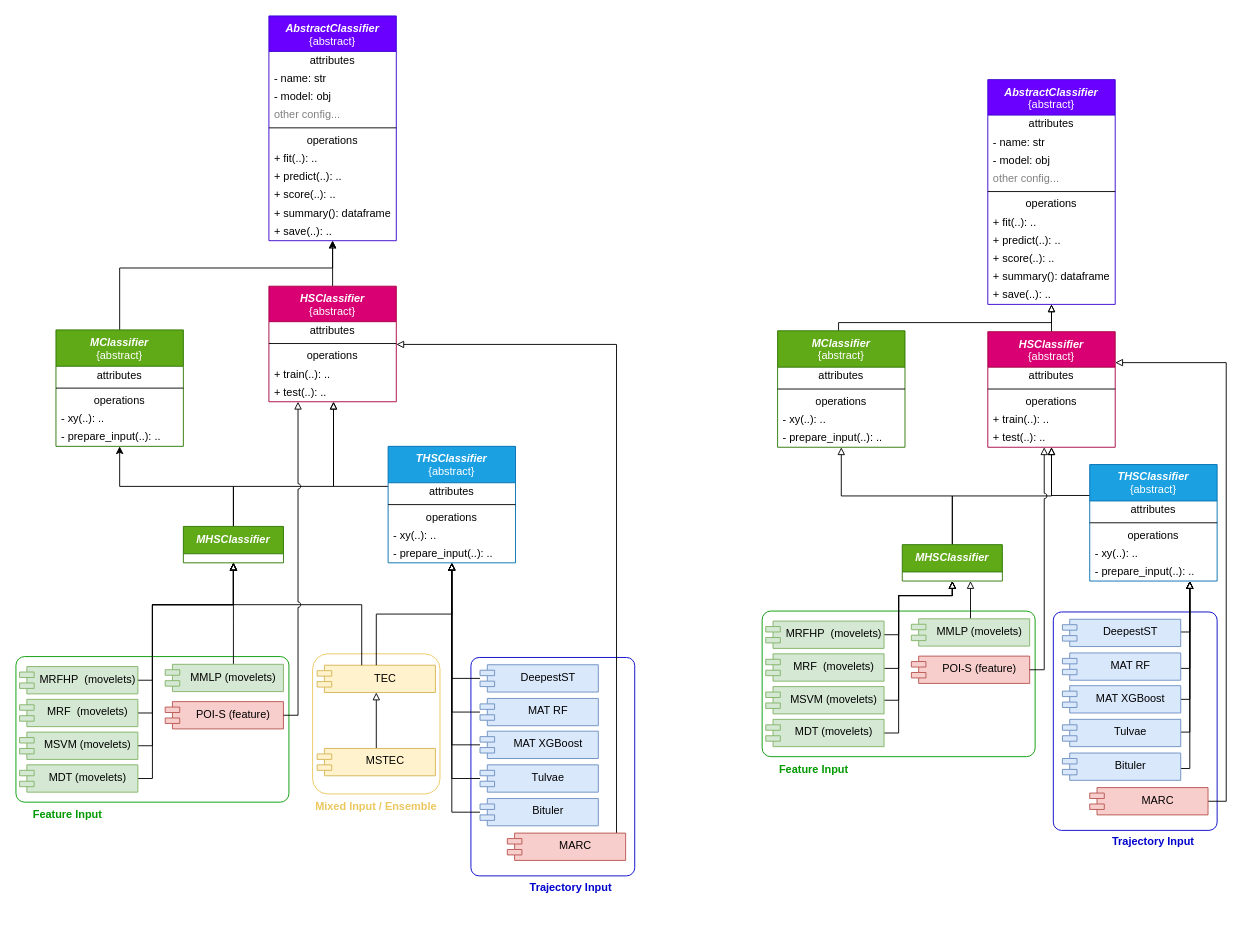
Before: mat-classification.drawio in mat-analysis/mat-classification, a draw.io diagram. Source tidied: cells renumbered, new cells numbered last; positions are measured from the earlier drawing's top-left corner, leaving out a move shared by most shapes. Both pictures are drawn from the tidied source at 91%, with x=0, y=0 at pixel (15, 15).
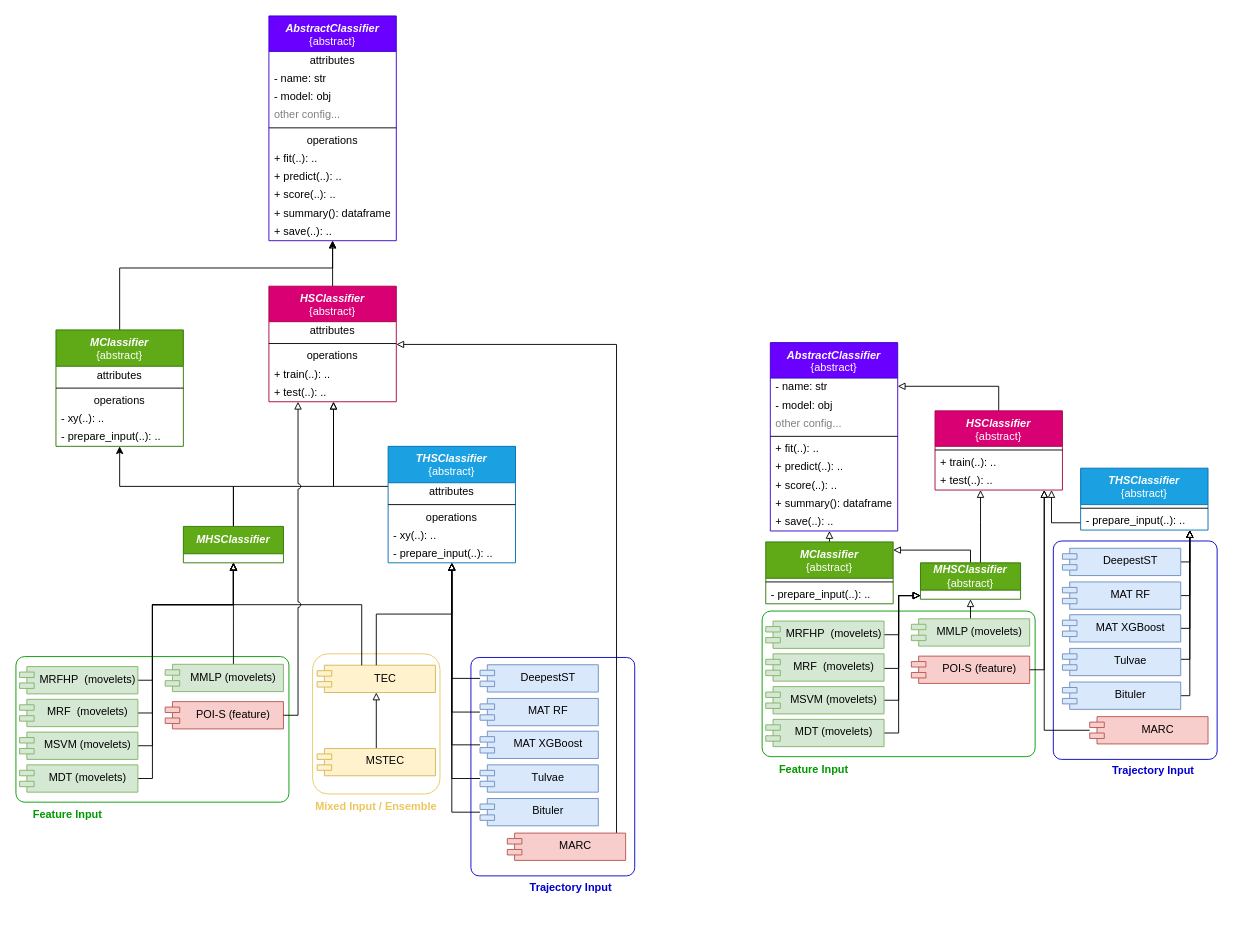
After the change.

The edit, as a diff of the source:
```diff
@@
     <mxCell id="70" value="&lt;h4&gt;Trajectory Input&lt;/h4&gt;" style="rounded=1;whiteSpace=wrap;html=1;fillColor=none;verticalAlign=top;labelPosition=right;verticalLabelPosition=bottom;align=left;spacing=-15;spacingTop=0;spacingLeft=-100;spacingRight=0;fontColor=#0000CC;labelBorderColor=none;strokeColor=#0000CC;arcSize=5;" parent="1" vertex="1">
-      <mxGeometry x="1140" y="655" width="180" height="240" as="geometry" />
+      <mxGeometry x="1140" y="577" width="180" height="240" as="geometry" />
     </mxCell>
@@
     <mxCell id="75" style="edgeStyle=orthogonalEdgeStyle;rounded=0;jettySize=auto;html=1;endArrow=block;endFill=0;" parent="1" edge="1" source="76" target="113">
       <mxGeometry relative="1" as="geometry">
         <Array as="points">
-          <mxPoint x="1330" y="863" />
-          <mxPoint x="1330" y="381" />
+          <mxPoint x="1130" y="785" />
         </Array>
       </mxGeometry>
     </mxCell>
     <mxCell id="76" value="MARC" style="shape=module;align=left;spacingLeft=20;align=center;verticalAlign=top;whiteSpace=wrap;html=1;jettyWidth=16;jettyHeight=6;fillColor=#f8cecc;strokeColor=#b85450;" parent="1" vertex="1">
-      <mxGeometry x="1180" y="848" width="130" height="30" as="geometry" />
+      <mxGeometry x="1180" y="770" width="130" height="30" as="geometry" />
     </mxCell>
@@
     <mxCell id="82" style="edgeStyle=orthogonalEdgeStyle;rounded=0;jettySize=auto;html=1;endArrow=block;endFill=0;" parent="1" edge="1" source="83" target="119">
       <mxGeometry relative="1" as="geometry">
         <Array as="points">
-          <mxPoint x="1290" y="677" />
+          <mxPoint x="1290" y="600" />
         </Array>
       </mxGeometry>
     </mxCell>
     <mxCell id="83" value="DeepestST" style="shape=module;align=left;spacingLeft=20;align=center;verticalAlign=top;whiteSpace=wrap;html=1;jettyWidth=16;jettyHeight=6;fillColor=#dae8fc;strokeColor=#6c8ebf;" parent="1" vertex="1">
-      <mxGeometry x="1150" y="663" width="130" height="30" as="geometry" />
+      <mxGeometry x="1150" y="585" width="130" height="30" as="geometry" />
     </mxCell>
     <mxCell id="84" style="edgeStyle=orthogonalEdgeStyle;rounded=0;jettySize=auto;html=1;endArrow=block;endFill=0;" parent="1" edge="1" source="85" target="119">
       <mxGeometry relative="1" as="geometry">
         <Array as="points">
-          <mxPoint x="1290" y="717" />
+          <mxPoint x="1290" y="637" />
         </Array>
       </mxGeometry>
     </mxCell>
     <mxCell id="85" value="MAT RF" style="shape=module;align=left;spacingLeft=20;align=center;verticalAlign=top;whiteSpace=wrap;html=1;jettyWidth=16;jettyHeight=6;fillColor=#dae8fc;strokeColor=#6c8ebf;" parent="1" vertex="1">
-      <mxGeometry x="1150" y="700" width="130" height="30" as="geometry" />
+      <mxGeometry x="1150" y="622" width="130" height="30" as="geometry" />
     </mxCell>
     <mxCell id="86" style="edgeStyle=orthogonalEdgeStyle;rounded=0;jettySize=auto;html=1;endArrow=block;endFill=0;" parent="1" edge="1" source="87" target="119">
       <mxGeometry relative="1" as="geometry">
         <Array as="points">
-          <mxPoint x="1290" y="751" />
+          <mxPoint x="1290" y="673" />
         </Array>
       </mxGeometry>
     </mxCell>
     <mxCell id="87" value="MAT XGBoost" style="shape=module;align=left;spacingLeft=20;align=center;verticalAlign=top;whiteSpace=wrap;html=1;jettyWidth=16;jettyHeight=6;fillColor=#dae8fc;strokeColor=#6c8ebf;" parent="1" vertex="1">
-      <mxGeometry x="1150" y="736" width="130" height="30" as="geometry" />
+      <mxGeometry x="1150" y="658" width="130" height="30" as="geometry" />
     </mxCell>
     <mxCell id="88" style="edgeStyle=orthogonalEdgeStyle;rounded=0;jettySize=auto;html=1;endArrow=block;endFill=0;" parent="1" edge="1" source="89" target="119">
       <mxGeometry relative="1" as="geometry">
         <Array as="points">
-          <mxPoint x="1290" y="787" />
+          <mxPoint x="1290" y="707" />
         </Array>
       </mxGeometry>
     </mxCell>
     <mxCell id="89" value="Tulvae" style="shape=module;align=left;spacingLeft=20;align=center;verticalAlign=top;whiteSpace=wrap;html=1;jettyWidth=16;jettyHeight=6;fillColor=#dae8fc;strokeColor=#6c8ebf;" parent="1" vertex="1">
-      <mxGeometry x="1150" y="773" width="130" height="30" as="geometry" />
+      <mxGeometry x="1150" y="695" width="130" height="30" as="geometry" />
     </mxCell>
     <mxCell id="90" style="edgeStyle=orthogonalEdgeStyle;rounded=0;jettySize=auto;html=1;endArrow=block;endFill=0;" parent="1" edge="1" source="91" target="119">
       <mxGeometry relative="1" as="geometry">
         <Array as="points">
-          <mxPoint x="1290" y="827" />
+          <mxPoint x="1290" y="747" />
         </Array>
       </mxGeometry>
     </mxCell>
     <mxCell id="91" value="Bituler" style="shape=module;align=left;spacingLeft=20;align=center;verticalAlign=top;whiteSpace=wrap;html=1;jettyWidth=16;jettyHeight=6;fillColor=#dae8fc;strokeColor=#6c8ebf;" parent="1" vertex="1">
-      <mxGeometry x="1150" y="810" width="130" height="30" as="geometry" />
+      <mxGeometry x="1150" y="732" width="130" height="30" as="geometry" />
     </mxCell>
     <mxCell id="92" style="edgeStyle=orthogonalEdgeStyle;rounded=0;jettySize=auto;html=1;endArrow=block;endFill=0;strokeColor=default;align=center;verticalAlign=middle;fontFamily=Helvetica;fontSize=11;fontColor=default;labelBackgroundColor=default;" parent="1" edge="1" source="113" target="101">
-      <mxGeometry relative="1" as="geometry" />
+      <mxGeometry relative="1" as="geometry">
+        <Array as="points">
+          <mxPoint x="1080" y="407" />
+        </Array>
+      </mxGeometry>
     </mxCell>
     <mxCell id="93" style="edgeStyle=orthogonalEdgeStyle;rounded=0;jettySize=auto;html=1;endArrow=block;endFill=0;" parent="1" edge="1" source="95" target="113">
-      <mxGeometry relative="1" as="geometry" />
+      <mxGeometry relative="1" as="geometry">
+        <Array as="points">
+          <mxPoint x="1060" y="557" />
+          <mxPoint x="1060" y="557" />
+        </Array>
+      </mxGeometry>
     </mxCell>
     <mxCell id="94" style="edgeStyle=orthogonalEdgeStyle;rounded=0;jettySize=auto;html=1;strokeColor=default;align=center;verticalAlign=middle;fontFamily=Helvetica;fontSize=11;fontColor=default;labelBackgroundColor=default;endArrow=block;endFill=0;" parent="1" edge="1" source="95" target="126">
-      <mxGeometry relative="1" as="geometry" />
+      <mxGeometry relative="1" as="geometry">
+        <Array as="points">
+          <mxPoint x="1049" y="587" />
+        </Array>
+      </mxGeometry>
     </mxCell>
-    <mxCell id="95" value="MHSClassifier" style="swimlane;fontStyle=3;horizontal=1;startSize=30;whiteSpace=wrap;html=1;fillColor=#60a917;fontColor=#ffffff;strokeColor=#2D7600;" parent="1" vertex="1">
-      <mxGeometry x="974" y="581" width="110" height="40" as="geometry" />
+    <mxCell id="95" value="MHSClassifier&lt;br&gt;&lt;span style=&quot;font-style: normal; font-weight: 400;&quot;&gt;{abstract}&lt;/span&gt;" style="swimlane;fontStyle=3;horizontal=1;startSize=30;whiteSpace=wrap;html=1;fillColor=#60a917;fontColor=#ffffff;strokeColor=#2D7600;" parent="1" vertex="1">
+      <mxGeometry x="994" y="601" width="110" height="40" as="geometry" />
     </mxCell>
     <mxCell id="96" style="edgeStyle=orthogonalEdgeStyle;rounded=0;jettySize=auto;html=1;endArrow=block;endFill=0;" parent="1" edge="1" source="119" target="113">
       <mxGeometry relative="1" as="geometry">
         <Array as="points">
-          <mxPoint x="1138" y="527" />
+          <mxPoint x="1138" y="557" />
         </Array>
       </mxGeometry>
     </mxCell>
@@
     <mxCell id="101" value="&lt;span style=&quot;font-style: italic; font-weight: 700;&quot;&gt;AbstractClassifier&lt;/span&gt;&lt;br&gt;{abstract}" style="swimlane;fontStyle=0;align=center;verticalAlign=top;horizontal=1;startSize=39;html=1;whiteSpace=wrap;fillColor=#6a00ff;fontColor=#ffffff;strokeColor=#3700CC;" parent="1" vertex="1">
-      <mxGeometry x="1068" y="70" width="140" height="247" as="geometry" />
+      <mxGeometry x="829" y="359" width="140" height="207" as="geometry" />
     </mxCell>
-    <mxCell id="102" value="attributes" style="text;html=1;strokeColor=none;fillColor=none;align=center;verticalAlign=middle;spacingLeft=4;spacingRight=4;overflow=hidden;whiteSpace=wrap;" parent="101" vertex="1">
-      <mxGeometry y="39" width="140" height="20" as="geometry" />
-    </mxCell>
     <mxCell id="103" value="- name: str" style="text;html=1;strokeColor=none;fillColor=none;align=left;verticalAlign=middle;spacingLeft=4;spacingRight=4;overflow=hidden;whiteSpace=wrap;" parent="101" vertex="1">
-      <mxGeometry y="59" width="140" height="20" as="geometry" />
+      <mxGeometry y="39" width="140" height="20" as="geometry" />
     </mxCell>
     <mxCell id="104" value="- model: obj" style="text;html=1;strokeColor=none;fillColor=none;align=left;verticalAlign=middle;spacingLeft=4;spacingRight=4;overflow=hidden;whiteSpace=wrap;" parent="101" vertex="1">
-      <mxGeometry y="79" width="140" height="20" as="geometry" />
+      <mxGeometry y="59" width="140" height="20" as="geometry" />
     </mxCell>
     <mxCell id="105" value="other config..." style="text;html=1;strokeColor=none;fillColor=none;align=left;verticalAlign=middle;spacingLeft=4;spacingRight=4;overflow=hidden;fontColor=#808080;whiteSpace=wrap;" parent="101" vertex="1">
-      <mxGeometry y="99" width="140" height="20" as="geometry" />
+      <mxGeometry y="79" width="140" height="20" as="geometry" />
     </mxCell>
     <mxCell id="106" style="line;strokeWidth=1;fillColor=none;align=left;verticalAlign=middle;spacingTop=-1;spacingLeft=3;spacingRight=3;labelPosition=right;" parent="101" vertex="1">
-      <mxGeometry y="119" width="140" height="8" as="geometry" />
+      <mxGeometry y="99" width="140" height="8" as="geometry" />
     </mxCell>
-    <mxCell id="107" value="operations" style="text;html=1;strokeColor=none;fillColor=none;align=center;verticalAlign=middle;spacingLeft=4;spacingRight=4;overflow=hidden;whiteSpace=wrap;" parent="101" vertex="1">
-      <mxGeometry y="127" width="140" height="20" as="geometry" />
-    </mxCell>
     <mxCell id="108" value="+ fit(..): .." style="text;html=1;strokeColor=none;fillColor=none;align=left;verticalAlign=middle;spacingLeft=4;spacingRight=4;overflow=hidden;whiteSpace=wrap;" parent="101" vertex="1">
-      <mxGeometry y="147" width="140" height="20" as="geometry" />
+      <mxGeometry y="107" width="140" height="20" as="geometry" />
     </mxCell>
     <mxCell id="109" value="+ predict(..): .." style="text;html=1;strokeColor=none;fillColor=none;align=left;verticalAlign=middle;spacingLeft=4;spacingRight=4;overflow=hidden;whiteSpace=wrap;" parent="101" vertex="1">
-      <mxGeometry y="167" width="140" height="20" as="geometry" />
+      <mxGeometry y="127" width="140" height="20" as="geometry" />
     </mxCell>
     <mxCell id="110" value="+ score(..): .." style="text;html=1;strokeColor=none;fillColor=none;align=left;verticalAlign=middle;spacingLeft=4;spacingRight=4;overflow=hidden;whiteSpace=wrap;" parent="101" vertex="1">
-      <mxGeometry y="187" width="140" height="20" as="geometry" />
+      <mxGeometry y="147" width="140" height="20" as="geometry" />
     </mxCell>
     <mxCell id="111" value="+ summary(): dataframe" style="text;html=1;strokeColor=none;fillColor=none;align=left;verticalAlign=middle;spacingLeft=4;spacingRight=4;overflow=hidden;whiteSpace=wrap;" parent="101" vertex="1">
-      <mxGeometry y="207" width="140" height="20" as="geometry" />
+      <mxGeometry y="167" width="140" height="20" as="geometry" />
     </mxCell>
     <mxCell id="112" value="+ save(..): .." style="text;html=1;strokeColor=none;fillColor=none;align=left;verticalAlign=middle;spacingLeft=4;spacingRight=4;overflow=hidden;whiteSpace=wrap;" parent="101" vertex="1">
-      <mxGeometry y="227" width="140" height="20" as="geometry" />
+      <mxGeometry y="187" width="140" height="20" as="geometry" />
     </mxCell>
     <mxCell id="113" value="&lt;b&gt;&lt;i&gt;HSClassifier&lt;/i&gt;&lt;/b&gt;&lt;br&gt;{abstract}" style="swimlane;fontStyle=0;align=center;verticalAlign=top;horizontal=1;startSize=39;html=1;whiteSpace=wrap;fillColor=#d80073;fontColor=#ffffff;strokeColor=#A50040;" parent="1" vertex="1">
-      <mxGeometry x="1068" y="347" width="140" height="127" as="geometry" />
+      <mxGeometry x="1010" y="434" width="140" height="87" as="geometry" />
     </mxCell>
-    <mxCell id="114" value="attributes" style="text;html=1;strokeColor=none;fillColor=none;align=center;verticalAlign=middle;spacingLeft=4;spacingRight=4;overflow=hidden;whiteSpace=wrap;" parent="113" vertex="1">
-      <mxGeometry y="39" width="140" height="20" as="geometry" />
-    </mxCell>
     <mxCell id="115" style="line;strokeWidth=1;fillColor=none;align=left;verticalAlign=middle;spacingTop=-1;spacingLeft=3;spacingRight=3;labelPosition=right;" parent="113" vertex="1">
-      <mxGeometry y="59" width="140" height="8" as="geometry" />
+      <mxGeometry y="39" width="140" height="8" as="geometry" />
     </mxCell>
-    <mxCell id="116" value="operations" style="text;html=1;strokeColor=none;fillColor=none;align=center;verticalAlign=middle;spacingLeft=4;spacingRight=4;overflow=hidden;whiteSpace=wrap;" parent="113" vertex="1">
-      <mxGeometry y="67" width="140" height="20" as="geometry" />
-    </mxCell>
     <mxCell id="117" value="+ train(..): .." style="text;html=1;strokeColor=none;fillColor=none;align=left;verticalAlign=middle;spacingLeft=4;spacingRight=4;overflow=hidden;whiteSpace=wrap;" parent="113" vertex="1">
-      <mxGeometry y="87" width="140" height="20" as="geometry" />
+      <mxGeometry y="47" width="140" height="20" as="geometry" />
     </mxCell>
     <mxCell id="118" value="+ test(..): .." style="text;html=1;strokeColor=none;fillColor=none;align=left;verticalAlign=middle;spacingLeft=4;spacingRight=4;overflow=hidden;whiteSpace=wrap;" parent="113" vertex="1">
-      <mxGeometry y="107" width="140" height="20" as="geometry" />
+      <mxGeometry y="67" width="140" height="20" as="geometry" />
     </mxCell>
     <mxCell id="119" value="&lt;b&gt;&lt;i&gt;THSClassifier&lt;/i&gt;&lt;/b&gt;&lt;br&gt;{abstract}" style="swimlane;fontStyle=0;align=center;verticalAlign=top;horizontal=1;startSize=40;html=1;whiteSpace=wrap;fillColor=#1ba1e2;fontColor=#ffffff;strokeColor=#006EAF;" parent="1" vertex="1">
-      <mxGeometry x="1180" y="493" width="140" height="128" as="geometry" />
+      <mxGeometry x="1170" y="497" width="140" height="68" as="geometry" />
     </mxCell>
-    <mxCell id="120" value="attributes" style="text;html=1;strokeColor=none;fillColor=none;align=center;verticalAlign=middle;spacingLeft=4;spacingRight=4;overflow=hidden;whiteSpace=wrap;" parent="119" vertex="1">
-      <mxGeometry y="40" width="140" height="20" as="geometry" />
-    </mxCell>
     <mxCell id="121" style="line;strokeWidth=1;fillColor=none;align=left;verticalAlign=middle;spacingTop=-1;spacingLeft=3;spacingRight=3;labelPosition=right;" parent="119" vertex="1">
-      <mxGeometry y="60" width="140" height="8" as="geometry" />
+      <mxGeometry y="40" width="140" height="8" as="geometry" />
     </mxCell>
-    <mxCell id="122" value="operations" style="text;html=1;strokeColor=none;fillColor=none;align=center;verticalAlign=middle;spacingLeft=4;spacingRight=4;overflow=hidden;whiteSpace=wrap;" parent="119" vertex="1">
-      <mxGeometry y="68" width="140" height="20" as="geometry" />
-    </mxCell>
-    <mxCell id="123" value="- xy(..): .." style="text;html=1;strokeColor=none;fillColor=none;align=left;verticalAlign=middle;spacingLeft=4;spacingRight=4;overflow=hidden;whiteSpace=wrap;" parent="119" vertex="1">
-      <mxGeometry y="88" width="140" height="20" as="geometry" />
-    </mxCell>
     <mxCell id="124" value="- prepare_input(..): .." style="text;html=1;strokeColor=none;fillColor=none;align=left;verticalAlign=middle;spacingLeft=4;spacingRight=4;overflow=hidden;whiteSpace=wrap;" parent="119" vertex="1">
-      <mxGeometry y="108" width="140" height="20" as="geometry" />
+      <mxGeometry y="48" width="140" height="20" as="geometry" />
     </mxCell>
     <mxCell id="125" style="edgeStyle=orthogonalEdgeStyle;rounded=0;jettySize=auto;html=1;strokeColor=default;align=center;verticalAlign=middle;fontFamily=Helvetica;fontSize=11;fontColor=default;labelBackgroundColor=default;endArrow=block;endFill=0;" parent="1" edge="1" source="126" target="101">
       <mxGeometry relative="1" as="geometry">
         <Array as="points">
-          <mxPoint x="904" y="337" />
-          <mxPoint x="1138" y="337" />
+          <mxPoint x="884" y="427" />
+          <mxPoint x="884" y="427" />
         </Array>
       </mxGeometry>
     </mxCell>
     <mxCell id="126" value="&lt;b&gt;&lt;i&gt;MClassifier&lt;/i&gt;&lt;/b&gt;&lt;br&gt;{abstract}" style="swimlane;fontStyle=0;align=center;verticalAlign=top;horizontal=1;startSize=40;html=1;whiteSpace=wrap;fillColor=#60a917;fontColor=#ffffff;strokeColor=#2D7600;" parent="1" vertex="1">
-      <mxGeometry x="837" y="346" width="140" height="128" as="geometry" />
+      <mxGeometry x="824" y="578" width="140" height="68" as="geometry" />
     </mxCell>
-    <mxCell id="127" value="attributes" style="text;html=1;strokeColor=none;fillColor=none;align=center;verticalAlign=middle;spacingLeft=4;spacingRight=4;overflow=hidden;whiteSpace=wrap;" parent="126" vertex="1">
-      <mxGeometry y="40" width="140" height="20" as="geometry" />
-    </mxCell>
     <mxCell id="128" style="line;strokeWidth=1;fillColor=none;align=left;verticalAlign=middle;spacingTop=-1;spacingLeft=3;spacingRight=3;labelPosition=right;" parent="126" vertex="1">
-      <mxGeometry y="60" width="140" height="8" as="geometry" />
+      <mxGeometry y="40" width="140" height="8" as="geometry" />
     </mxCell>
-    <mxCell id="129" value="operations" style="text;html=1;strokeColor=none;fillColor=none;align=center;verticalAlign=middle;spacingLeft=4;spacingRight=4;overflow=hidden;whiteSpace=wrap;" parent="126" vertex="1">
-      <mxGeometry y="68" width="140" height="20" as="geometry" />
-    </mxCell>
-    <mxCell id="130" value="- xy(..): .." style="text;html=1;strokeColor=none;fillColor=none;align=left;verticalAlign=middle;spacingLeft=4;spacingRight=4;overflow=hidden;whiteSpace=wrap;" parent="126" vertex="1">
-      <mxGeometry y="88" width="140" height="20" as="geometry" />
-    </mxCell>
     <mxCell id="131" value="- prepare_input(..): .." style="text;html=1;strokeColor=none;fillColor=none;align=left;verticalAlign=middle;spacingLeft=4;spacingRight=4;overflow=hidden;whiteSpace=wrap;" parent="126" vertex="1">
-      <mxGeometry y="108" width="140" height="20" as="geometry" />
+      <mxGeometry y="48" width="140" height="20" as="geometry" />
     </mxCell>
```
